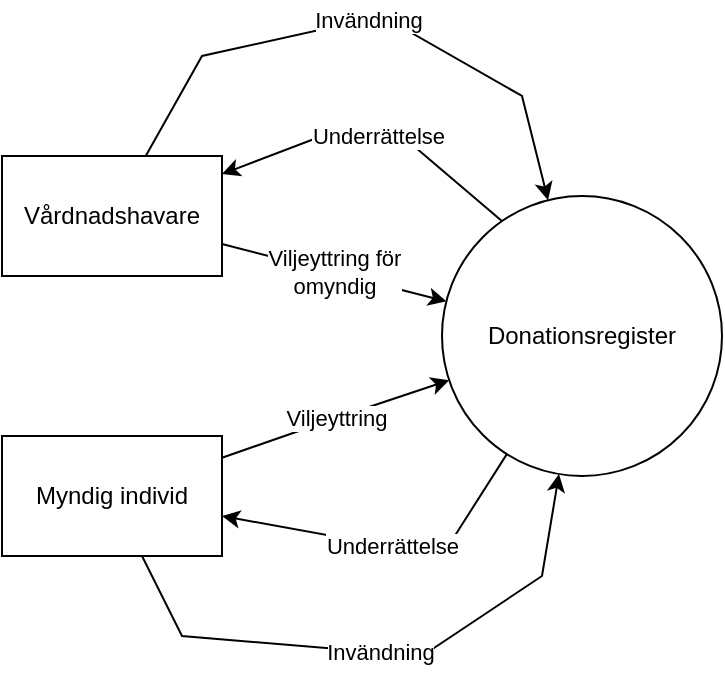
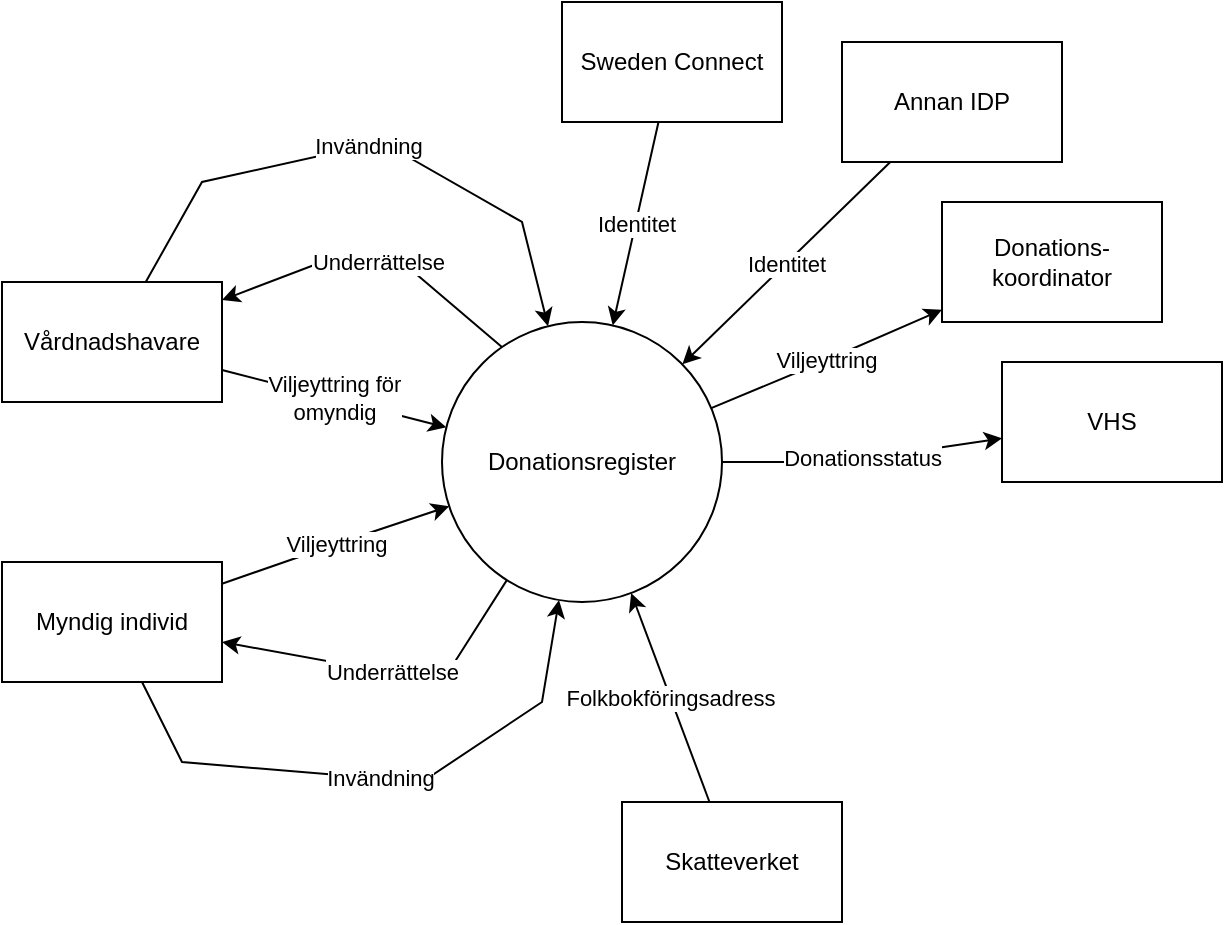
<mxfile host="app.diagrams.net">
  <diagram name="Sida-1" id="F3DC_KPKV7Cfi4B8QXFW">
-     <mxGraphModel dx="803" dy="454" grid="1" gridSize="10" guides="1" tooltips="1" connect="1" arrows="1" fold="1" page="1" pageScale="1" pageWidth="1654" pageHeight="1169" math="0" shadow="0">
+     <mxGraphModel dx="945" dy="534" grid="1" gridSize="10" guides="1" tooltips="1" connect="1" arrows="1" fold="1" page="1" pageScale="1" pageWidth="1654" pageHeight="1169" math="0" shadow="0">
      <root>
        <mxCell id="0" />
        <mxCell id="1" parent="0" />
        <mxCell id="8-SjN_EHFgN-SorVCnXN-8" edge="1" parent="1" source="8-SjN_EHFgN-SorVCnXN-1" style="edgeStyle=none;shape=connector;rounded=0;orthogonalLoop=1;jettySize=auto;html=1;strokeColor=default;align=center;verticalAlign=middle;fontFamily=Helvetica;fontSize=11;fontColor=default;labelBackgroundColor=default;endArrow=classic;exitX=0.238;exitY=0.11;exitDx=0;exitDy=0;exitPerimeter=0;" target="8-SjN_EHFgN-SorVCnXN-2" value="Underrättelse">
          <mxGeometry relative="1" as="geometry">
            <Array as="points">
              <mxPoint x="270" y="300" />
              <mxPoint x="230" y="300" />
            </Array>
          </mxGeometry>
        </mxCell>
        <mxCell id="8-SjN_EHFgN-SorVCnXN-9" edge="1" parent="1" source="8-SjN_EHFgN-SorVCnXN-1" style="edgeStyle=none;shape=connector;rounded=0;orthogonalLoop=1;jettySize=auto;html=1;strokeColor=default;align=center;verticalAlign=middle;fontFamily=Helvetica;fontSize=11;fontColor=default;labelBackgroundColor=default;endArrow=classic;" target="8-SjN_EHFgN-SorVCnXN-4" value="Underrättelse">
          <mxGeometry relative="1" as="geometry">
            <Array as="points">
              <mxPoint x="290" y="510" />
            </Array>
          </mxGeometry>
        </mxCell>
+         <mxCell id="vmO4fVELBJI4xzzginw8-5" edge="1" parent="1" source="8-SjN_EHFgN-SorVCnXN-1" style="edgeStyle=none;shape=connector;rounded=0;orthogonalLoop=1;jettySize=auto;html=1;strokeColor=default;align=center;verticalAlign=middle;fontFamily=Helvetica;fontSize=11;fontColor=default;labelBackgroundColor=default;endArrow=classic;" target="vmO4fVELBJI4xzzginw8-4" value="Donationsstatus">
+           <mxGeometry relative="1" as="geometry">
+             <Array as="points">
+               <mxPoint x="490" y="400" />
+             </Array>
+           </mxGeometry>
+         </mxCell>
+         <mxCell id="vmO4fVELBJI4xzzginw8-6" edge="1" parent="1" source="8-SjN_EHFgN-SorVCnXN-1" style="edgeStyle=none;shape=connector;rounded=0;orthogonalLoop=1;jettySize=auto;html=1;strokeColor=default;align=center;verticalAlign=middle;fontFamily=Helvetica;fontSize=11;fontColor=default;labelBackgroundColor=default;endArrow=classic;" target="vmO4fVELBJI4xzzginw8-3" value="Viljeyttring">
+           <mxGeometry relative="1" as="geometry">
+             <Array as="points">
+               <mxPoint x="480" y="350" />
+             </Array>
+           </mxGeometry>
+         </mxCell>
        <mxCell id="8-SjN_EHFgN-SorVCnXN-1" parent="1" style="ellipse;whiteSpace=wrap;html=1;aspect=fixed;" value="Donationsregister" vertex="1">
          <mxGeometry height="140" width="140" x="290" y="330" as="geometry" />
        </mxCell>
        <mxCell id="8-SjN_EHFgN-SorVCnXN-5" edge="1" parent="1" source="8-SjN_EHFgN-SorVCnXN-2" style="rounded=0;orthogonalLoop=1;jettySize=auto;html=1;strokeColor=default;align=center;verticalAlign=middle;fontFamily=Helvetica;fontSize=11;fontColor=default;labelBackgroundColor=default;endArrow=classic;" target="8-SjN_EHFgN-SorVCnXN-1" value="Viljeyttring för&lt;div&gt;omyndig&lt;/div&gt;">
          <mxGeometry relative="1" as="geometry" />
        </mxCell>
-         <mxCell id="vmO4fVELBJI4xzzginw8-1" edge="1" parent="1" source="8-SjN_EHFgN-SorVCnXN-2" style="edgeStyle=none;shape=connector;rounded=0;orthogonalLoop=1;jettySize=auto;html=1;strokeColor=default;align=center;verticalAlign=middle;fontFamily=Helvetica;fontSize=11;fontColor=default;labelBackgroundColor=default;endArrow=classic;" target="8-SjN_EHFgN-SorVCnXN-1" value="Invändning">
+         <mxCell id="vmO4fVELBJI4xzzginw8-1" edge="1" parent="1" source="8-SjN_EHFgN-SorVCnXN-2" style="edgeStyle=none;shape=connector;rounded=0;orthogonalLoop=1;jettySize=auto;html=1;strokeColor=default;align=center;verticalAlign=middle;fontFamily=Helvetica;fontSize=11;fontColor=default;labelBackgroundColor=default;endArrow=classic;curved=0;" target="8-SjN_EHFgN-SorVCnXN-1" value="Invändning">
          <mxGeometry relative="1" as="geometry">
            <Array as="points">
              <mxPoint x="170" y="260" />
              <mxPoint x="260" y="240" />
              <mxPoint x="330" y="280" />
            </Array>
          </mxGeometry>
        </mxCell>
        <mxCell id="8-SjN_EHFgN-SorVCnXN-2" parent="1" style="rounded=0;whiteSpace=wrap;html=1;" value="Vårdnadshavare" vertex="1">
          <mxGeometry height="60" width="110" x="70" y="310" as="geometry" />
        </mxCell>
        <mxCell id="8-SjN_EHFgN-SorVCnXN-7" edge="1" parent="1" source="8-SjN_EHFgN-SorVCnXN-4" style="shape=connector;rounded=0;orthogonalLoop=1;jettySize=auto;html=1;strokeColor=default;align=center;verticalAlign=middle;fontFamily=Helvetica;fontSize=11;fontColor=default;labelBackgroundColor=default;endArrow=classic;" target="8-SjN_EHFgN-SorVCnXN-1" value="Viljeyttring">
          <mxGeometry relative="1" as="geometry">
            <Array as="points">
              <mxPoint x="240" y="440" />
            </Array>
          </mxGeometry>
        </mxCell>
        <mxCell id="vmO4fVELBJI4xzzginw8-2" edge="1" parent="1" source="8-SjN_EHFgN-SorVCnXN-4" style="edgeStyle=none;shape=connector;rounded=0;orthogonalLoop=1;jettySize=auto;html=1;strokeColor=default;align=center;verticalAlign=middle;fontFamily=Helvetica;fontSize=11;fontColor=default;labelBackgroundColor=default;endArrow=classic;" target="8-SjN_EHFgN-SorVCnXN-1" value="Invändning">
          <mxGeometry relative="1" as="geometry">
            <Array as="points">
              <mxPoint x="160" y="550" />
              <mxPoint x="280" y="560" />
              <mxPoint x="340" y="520" />
            </Array>
          </mxGeometry>
        </mxCell>
        <mxCell id="8-SjN_EHFgN-SorVCnXN-4" parent="1" style="rounded=0;whiteSpace=wrap;html=1;" value="Myndig individ" vertex="1">
          <mxGeometry height="60" width="110" x="70" y="450" as="geometry" />
        </mxCell>
+         <mxCell id="vmO4fVELBJI4xzzginw8-3" parent="1" style="rounded=0;whiteSpace=wrap;html=1;" value="Donations-&lt;span style=&quot;background-color: transparent; color: light-dark(rgb(0, 0, 0), rgb(255, 255, 255));&quot;&gt;koordinator&lt;/span&gt;" vertex="1">
+           <mxGeometry height="60" width="110" x="540" y="270" as="geometry" />
+         </mxCell>
+         <mxCell id="vmO4fVELBJI4xzzginw8-4" parent="1" style="rounded=0;whiteSpace=wrap;html=1;" value="VHS" vertex="1">
+           <mxGeometry height="60" width="110" x="570" y="350" as="geometry" />
+         </mxCell>
+         <mxCell id="vmO4fVELBJI4xzzginw8-9" edge="1" parent="1" source="vmO4fVELBJI4xzzginw8-7" style="edgeStyle=none;shape=connector;rounded=0;orthogonalLoop=1;jettySize=auto;html=1;strokeColor=default;align=center;verticalAlign=middle;fontFamily=Helvetica;fontSize=11;fontColor=default;labelBackgroundColor=default;endArrow=classic;" target="8-SjN_EHFgN-SorVCnXN-1" value="Folkbokföringsadress">
+           <mxGeometry relative="1" as="geometry" />
+         </mxCell>
+         <mxCell id="vmO4fVELBJI4xzzginw8-7" parent="1" style="rounded=0;whiteSpace=wrap;html=1;" value="Skatteverket" vertex="1">
+           <mxGeometry height="60" width="110" x="380" y="570" as="geometry" />
+         </mxCell>
+         <mxCell id="vmO4fVELBJI4xzzginw8-11" edge="1" parent="1" source="vmO4fVELBJI4xzzginw8-10" style="edgeStyle=none;shape=connector;rounded=0;orthogonalLoop=1;jettySize=auto;html=1;strokeColor=default;align=center;verticalAlign=middle;fontFamily=Helvetica;fontSize=11;fontColor=default;labelBackgroundColor=default;endArrow=classic;" target="8-SjN_EHFgN-SorVCnXN-1" value="Identitet">
+           <mxGeometry relative="1" as="geometry" />
+         </mxCell>
+         <mxCell id="vmO4fVELBJI4xzzginw8-10" parent="1" style="rounded=0;whiteSpace=wrap;html=1;" value="Sweden Connect" vertex="1">
+           <mxGeometry height="60" width="110" x="350" y="170" as="geometry" />
+         </mxCell>
+         <mxCell id="vmO4fVELBJI4xzzginw8-13" edge="1" parent="1" source="vmO4fVELBJI4xzzginw8-12" style="edgeStyle=none;shape=connector;rounded=0;orthogonalLoop=1;jettySize=auto;html=1;strokeColor=default;align=center;verticalAlign=middle;fontFamily=Helvetica;fontSize=11;fontColor=default;labelBackgroundColor=default;endArrow=classic;" target="8-SjN_EHFgN-SorVCnXN-1" value="Identitet">
+           <mxGeometry relative="1" as="geometry" />
+         </mxCell>
+         <mxCell id="vmO4fVELBJI4xzzginw8-12" parent="1" style="rounded=0;whiteSpace=wrap;html=1;" value="Annan IDP" vertex="1">
+           <mxGeometry height="60" width="110" x="490" y="190" as="geometry" />
+         </mxCell>
      </root>
    </mxGraphModel>
  </diagram>
</mxfile>
